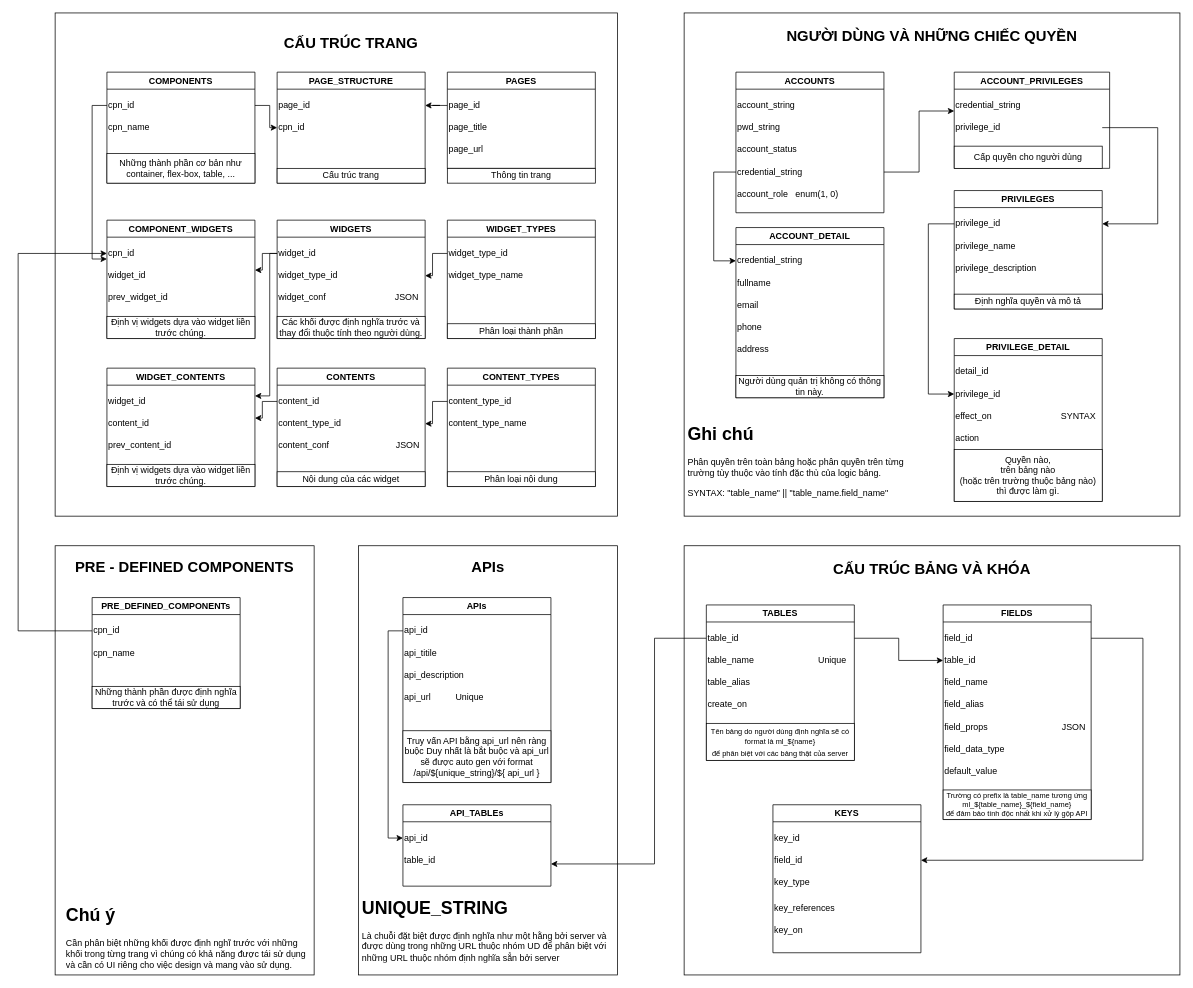
dbdev2912/khong_dc_khau_nghiep keeps this draw.io diagram as CoreData.drawio. Above is the earlier version. Source tidied: cells renumbered, new cells numbered last; positions are measured from the earlier drawing's top-left corner, leaving out a move shared by most shapes. Both pictures are drawn from the tidied source at 74%, with x=0, y=0 at pixel (18, 13).
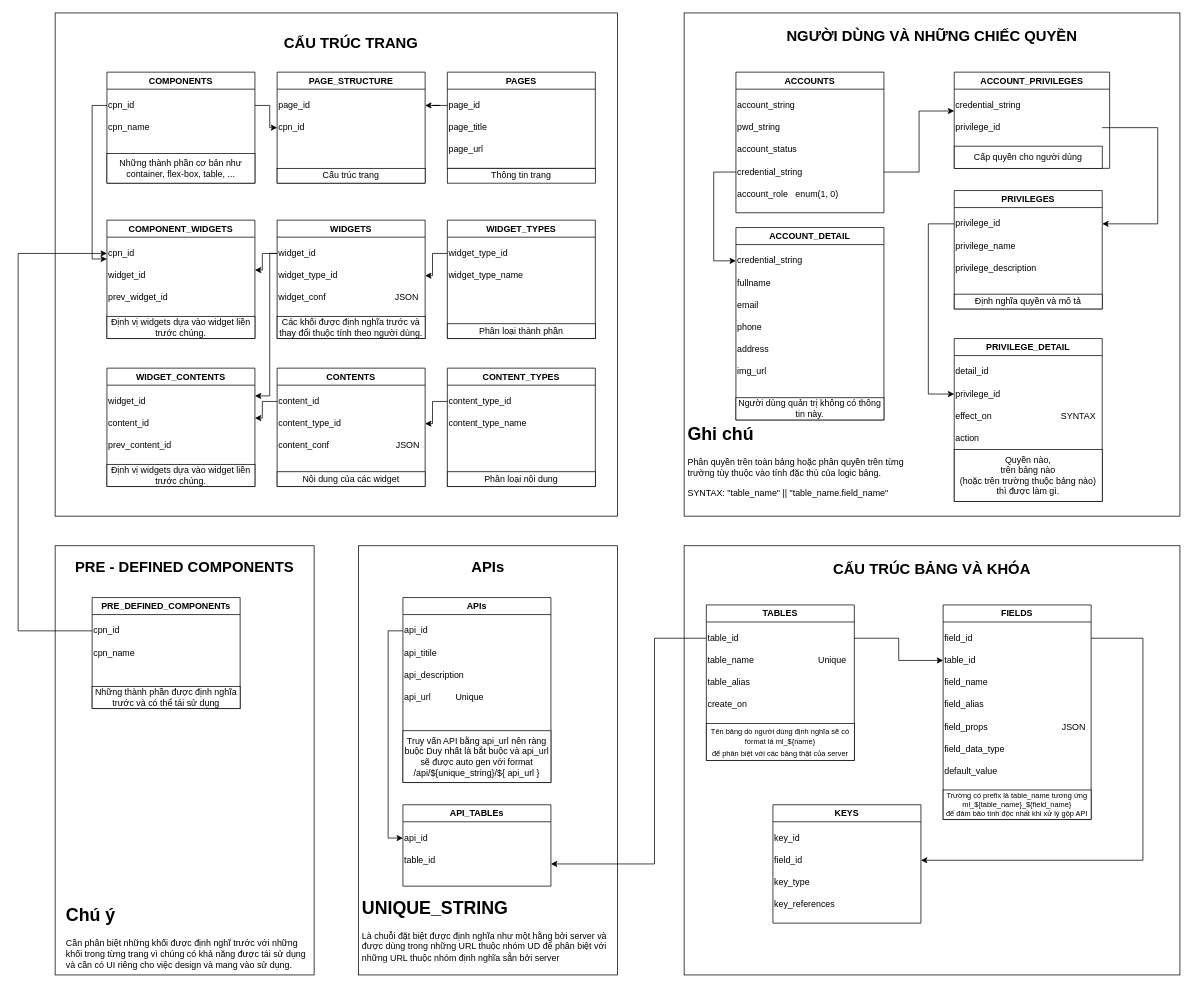
Above is the later version.

What changed in the source:
```diff
@@
     <mxCell id="78" value="ACCOUNT_DETAIL" style="swimlane;whiteSpace=wrap;html=1;fontSize=12;" parent="1" vertex="1">
-      <mxGeometry x="970" y="290" width="200" height="230" as="geometry" />
+      <mxGeometry x="970" y="290" width="200" height="260" as="geometry" />
     </mxCell>
@@
     <mxCell id="83" value="Người dùng quản trị không có thông tin này." style="rounded=0;whiteSpace=wrap;html=1;fontSize=12;" parent="78" vertex="1">
-      <mxGeometry y="200" width="200" height="30" as="geometry" />
+      <mxGeometry y="230" width="200" height="30" as="geometry" />
     </mxCell>
@@
+    <mxCell id="135" value="img_url" style="text;html=1;strokeColor=none;fillColor=none;align=left;verticalAlign=middle;whiteSpace=wrap;rounded=0;fontSize=12;" parent="78" vertex="1">
+      <mxGeometry y="180" width="200" height="30" as="geometry" />
+    </mxCell>
@@
     <mxCell id="110" value="KEYS" style="swimlane;whiteSpace=wrap;html=1;fontSize=12;" parent="1" vertex="1">
-      <mxGeometry x="1020" y="1070" width="200" height="200" as="geometry" />
+      <mxGeometry x="1020" y="1070" width="200" height="160" as="geometry" />
     </mxCell>
@@
     <mxCell id="114" value="key_references" style="text;html=1;strokeColor=none;fillColor=none;align=left;verticalAlign=middle;whiteSpace=wrap;rounded=0;fontSize=12;" parent="110" vertex="1">
-      <mxGeometry y="125" width="200" height="30" as="geometry" />
+      <mxGeometry y="120" width="200" height="30" as="geometry" />
     </mxCell>
-    <mxCell id="115" value="key_on" style="text;html=1;strokeColor=none;fillColor=none;align=left;verticalAlign=middle;whiteSpace=wrap;rounded=0;fontSize=12;" parent="110" vertex="1">
-      <mxGeometry y="155" width="200" height="30" as="geometry" />
-    </mxCell>
```
